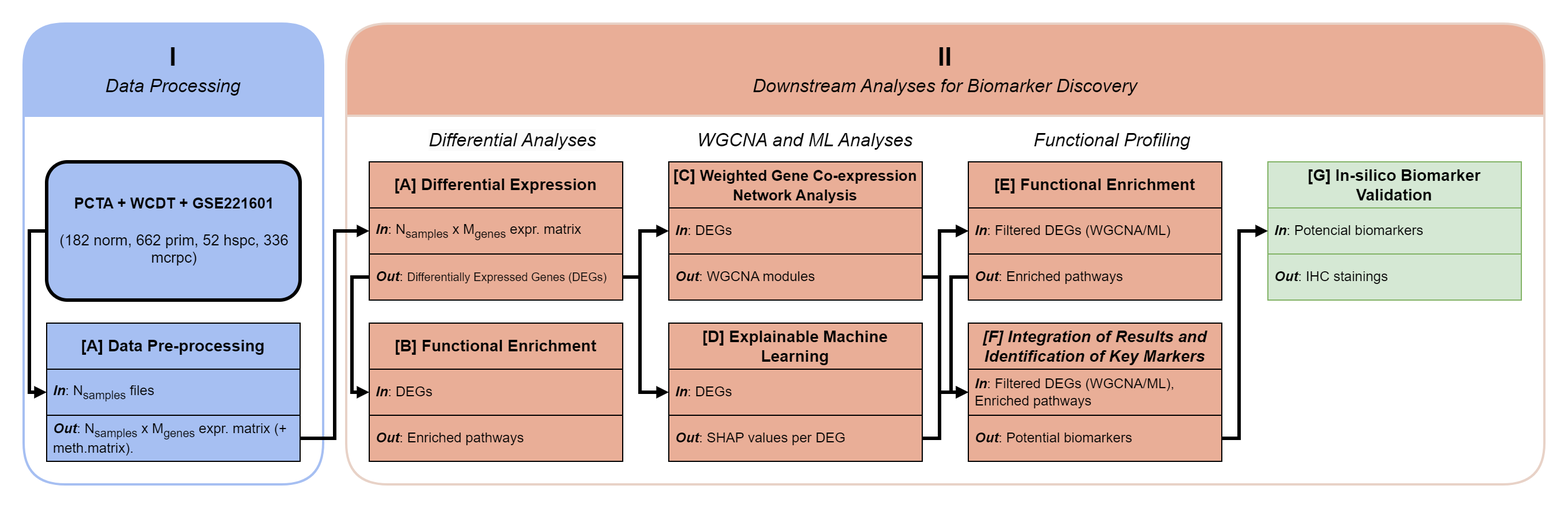
CarlosUziel/pca_wgcna_ml keeps this draw.io diagram as docs/1_workflow.png. Above is the earlier version. Source tidied: cells renumbered, new cells last; positions are measured from the earlier drawing's top-left corner, leaving out a move shared by most shapes.
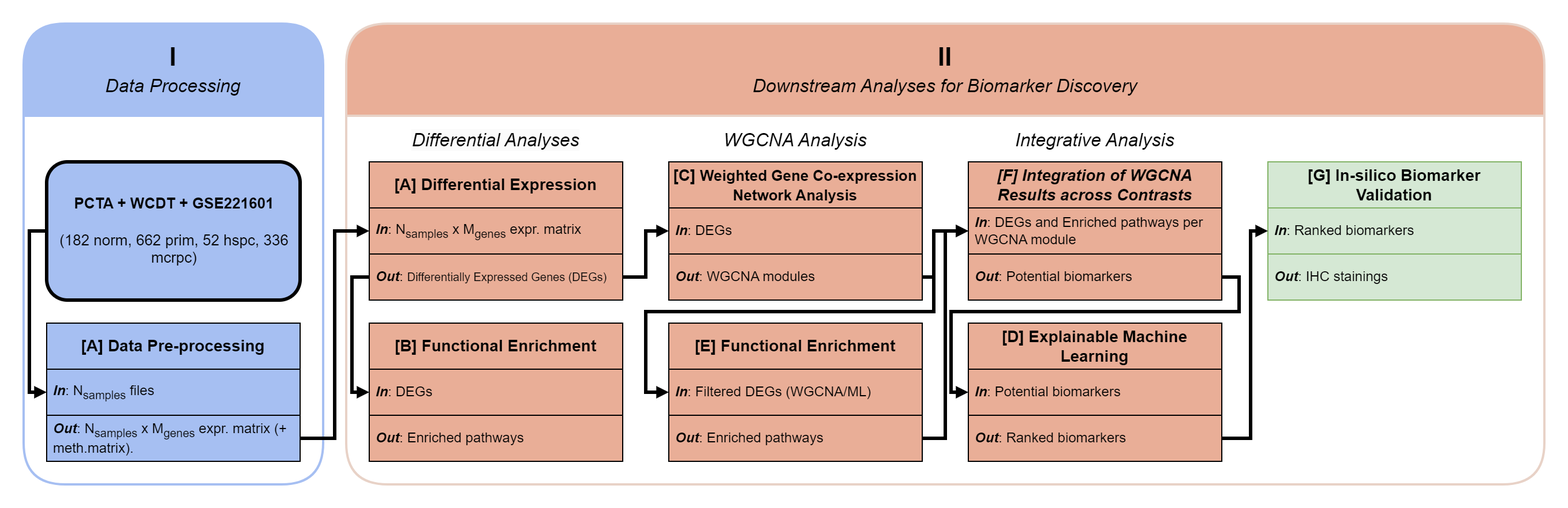
After the commit.

Commit message:
Update workflow figure.

What changed in the source:
```diff
@@ -41,14 +41,14 @@
     <mxCell id="11" value="&lt;div style=&quot;font-size: 22px;&quot;&gt;&lt;font style=&quot;font-size: 22px;&quot;&gt;II&lt;/font&gt;&lt;/div&gt;&lt;div style=&quot;font-size: 1px;&quot;&gt;&lt;font style=&quot;font-size: 1px;&quot;&gt;&lt;br&gt;&lt;/font&gt;&lt;/div&gt;&lt;div style=&quot;font-size: 16px;&quot;&gt;&lt;span style=&quot;font-weight: 400;&quot;&gt;&lt;i&gt;Downstream Analyses for Biomarker Discovery&lt;/i&gt;&lt;/span&gt;&lt;/div&gt;" style="swimlane;whiteSpace=wrap;html=1;startSize=80;rounded=1;strokeWidth=2;fillColor=#e9ae97;strokeColor=#E8D2C7;align=center;" parent="1" vertex="1">
       <mxGeometry x="300" y="20" width="1040" height="400" as="geometry" />
     </mxCell>
-    <mxCell id="12" value="&lt;div style=&quot;border-color: var(--border-color); color: rgb(0, 0, 0); font-family: Helvetica; font-style: normal; font-variant-ligatures: normal; font-variant-caps: normal; font-weight: 700; letter-spacing: normal; orphans: 2; text-align: center; text-indent: 0px; text-transform: none; widows: 2; word-spacing: 0px; -webkit-text-stroke-width: 0px; background-color: rgb(251, 251, 251); text-decoration-thickness: initial; text-decoration-style: initial; text-decoration-color: initial; font-size: 16px;&quot;&gt;&lt;i style=&quot;border-color: var(--border-color); font-weight: normal;&quot;&gt;Differential&amp;nbsp;&lt;/i&gt;&lt;i style=&quot;border-color: var(--border-color); font-weight: normal;&quot;&gt;Analyses&lt;/i&gt;&lt;/div&gt;" style="text;whiteSpace=wrap;html=1;fillColor=default;" parent="11" vertex="1">
-      <mxGeometry x="70" y="85" width="150" height="30" as="geometry" />
+    <mxCell id="12" value="&lt;div style=&quot;border-color: var(--border-color); color: rgb(0, 0, 0); font-family: Helvetica; font-style: normal; font-variant-ligatures: normal; font-variant-caps: normal; font-weight: 700; letter-spacing: normal; orphans: 2; text-indent: 0px; text-transform: none; widows: 2; word-spacing: 0px; -webkit-text-stroke-width: 0px; background-color: rgb(251, 251, 251); text-decoration-thickness: initial; text-decoration-style: initial; text-decoration-color: initial; font-size: 16px;&quot;&gt;&lt;i style=&quot;border-color: var(--border-color); font-weight: normal;&quot;&gt;Differential&amp;nbsp;&lt;/i&gt;&lt;i style=&quot;border-color: var(--border-color); font-weight: normal;&quot;&gt;Analyses&lt;/i&gt;&lt;/div&gt;" style="text;whiteSpace=wrap;html=1;fillColor=default;align=center;" parent="11" vertex="1">
+      <mxGeometry x="40" y="85" width="180" height="30" as="geometry" />
     </mxCell>
-    <mxCell id="13" value="&lt;div style=&quot;text-align: center;&quot;&gt;&lt;span style=&quot;background-color: initial; font-size: 16px;&quot;&gt;&lt;i&gt;WGCNA and ML Analyses&lt;/i&gt;&lt;/span&gt;&lt;/div&gt;" style="text;whiteSpace=wrap;html=1;fillColor=default;" parent="11" vertex="1">
-      <mxGeometry x="302.5" y="85" width="195" height="30" as="geometry" />
+    <mxCell id="13" value="&lt;div style=&quot;&quot;&gt;&lt;span style=&quot;background-color: initial; font-size: 16px;&quot;&gt;&lt;i&gt;WGCNA Analysis&lt;/i&gt;&lt;/span&gt;&lt;/div&gt;" style="text;whiteSpace=wrap;html=1;fillColor=default;align=center;" parent="11" vertex="1">
+      <mxGeometry x="300" y="85" width="180" height="30" as="geometry" />
     </mxCell>
-    <mxCell id="14" value="&lt;i style=&quot;border-color: var(--border-color); color: rgb(0, 0, 0); font-family: Helvetica; font-size: 16px; font-variant-ligatures: normal; font-variant-caps: normal; font-weight: 700; letter-spacing: normal; orphans: 2; text-align: center; text-indent: 0px; text-transform: none; widows: 2; word-spacing: 0px; -webkit-text-stroke-width: 0px; background-color: initial; text-decoration-thickness: initial; text-decoration-style: initial; text-decoration-color: initial;&quot;&gt;&lt;span style=&quot;border-color: var(--border-color); font-weight: normal;&quot;&gt;Functional Profiling&lt;/span&gt;&lt;/i&gt;" style="text;whiteSpace=wrap;html=1;fillColor=default;" parent="11" vertex="1">
-      <mxGeometry x="595" y="85" width="140" height="30" as="geometry" />
+    <mxCell id="14" value="&lt;i style=&quot;border-color: var(--border-color); color: rgb(0, 0, 0); font-family: Helvetica; font-size: 16px; font-variant-ligatures: normal; font-variant-caps: normal; font-weight: 700; letter-spacing: normal; orphans: 2; text-indent: 0px; text-transform: none; widows: 2; word-spacing: 0px; -webkit-text-stroke-width: 0px; background-color: initial; text-decoration-thickness: initial; text-decoration-style: initial; text-decoration-color: initial;&quot;&gt;&lt;span style=&quot;border-color: var(--border-color); font-weight: normal;&quot;&gt;Integrative Analysis&lt;/span&gt;&lt;/i&gt;" style="text;whiteSpace=wrap;html=1;fillColor=default;align=center;" parent="11" vertex="1">
+      <mxGeometry x="560" y="85" width="180" height="30" as="geometry" />
     </mxCell>
     <mxCell id="15" value="&lt;div style=&quot;border-color: var(--border-color); font-size: 14px;&quot;&gt;&lt;div style=&quot;border-color: var(--border-color); font-size: 12px;&quot;&gt;&lt;div style=&quot;border-color: var(--border-color); font-size: 14px;&quot;&gt;&lt;b style=&quot;border-color: var(--border-color);&quot;&gt;[A] Differential Expression&lt;/b&gt;&lt;/div&gt;&lt;/div&gt;&lt;/div&gt;" style="swimlane;fontStyle=0;horizontal=1;startSize=40;whiteSpace=wrap;html=1;fontSize=12;strokeColor=#000000;fillColor=#E9AE97;align=center;" parent="11" vertex="1">
       <mxGeometry x="20" y="120" width="220" height="120" as="geometry" />
@@ -77,17 +77,8 @@
     <mxCell id="23" value="&lt;i style=&quot;border-color: var(--border-color);&quot;&gt;&lt;b&gt;Out&lt;/b&gt;&lt;/i&gt;: WGCNA modules" style="text;strokeColor=default;fillColor=#E9AE97;align=left;verticalAlign=middle;spacingLeft=4;spacingRight=4;overflow=hidden;points=[[0,0.5],[1,0.5]];portConstraint=eastwest;whiteSpace=wrap;html=1;fontSize=12;" parent="21" vertex="1">
       <mxGeometry y="80" width="220" height="40" as="geometry" />
     </mxCell>
-    <mxCell id="24" value="&lt;div style=&quot;border-color: var(--border-color); font-size: 14px;&quot;&gt;&lt;div style=&quot;border-color: var(--border-color); font-size: 12px;&quot;&gt;&lt;div style=&quot;border-color: var(--border-color); font-size: 14px;&quot;&gt;&lt;div style=&quot;border-color: var(--border-color);&quot;&gt;&lt;span style=&quot;border-color: var(--border-color);&quot;&gt;&lt;b&gt;[D] Explainable Machine Learning&lt;br&gt;&lt;/b&gt;&lt;/span&gt;&lt;/div&gt;&lt;/div&gt;&lt;/div&gt;&lt;/div&gt;" style="swimlane;fontStyle=0;horizontal=1;startSize=40;whiteSpace=wrap;html=1;fontSize=12;strokeColor=#000000;fillColor=#E9AE97;" parent="11" vertex="1">
-      <mxGeometry x="280" y="260" width="220" height="120" as="geometry" />
-    </mxCell>
-    <mxCell id="25" value="&lt;i&gt;&lt;b&gt;In&lt;/b&gt;&lt;/i&gt;: DEGs" style="text;strokeColor=default;fillColor=#E9AE97;align=left;verticalAlign=middle;spacingLeft=4;spacingRight=4;overflow=hidden;points=[[0,0.5],[1,0.5]];portConstraint=eastwest;whiteSpace=wrap;html=1;fontSize=12;gradientColor=none;" parent="24" vertex="1">
-      <mxGeometry y="40" width="220" height="40" as="geometry" />
-    </mxCell>
-    <mxCell id="26" value="&lt;i style=&quot;border-color: var(--border-color);&quot;&gt;&lt;b&gt;Out&lt;/b&gt;&lt;/i&gt;: SHAP values per DEG" style="text;strokeColor=default;fillColor=#E9AE97;align=left;verticalAlign=middle;spacingLeft=4;spacingRight=4;overflow=hidden;points=[[0,0.5],[1,0.5]];portConstraint=eastwest;whiteSpace=wrap;html=1;fontSize=12;" parent="24" vertex="1">
-      <mxGeometry y="80" width="220" height="40" as="geometry" />
-    </mxCell>
     <mxCell id="27" value="&lt;div style=&quot;border-color: var(--border-color); font-size: 14px;&quot;&gt;&lt;div style=&quot;border-color: var(--border-color); font-size: 12px;&quot;&gt;&lt;div style=&quot;border-color: var(--border-color); font-size: 14px;&quot;&gt;&lt;b&gt;[E]&amp;nbsp;&lt;/b&gt;&lt;b style=&quot;background-color: initial; border-color: var(--border-color);&quot;&gt;Functional Enrichment&lt;/b&gt;&lt;br&gt;&lt;/div&gt;&lt;/div&gt;&lt;/div&gt;" style="swimlane;fontStyle=0;horizontal=1;startSize=40;whiteSpace=wrap;html=1;fontSize=12;strokeColor=#000000;fillColor=#E9AE97;" parent="11" vertex="1">
-      <mxGeometry x="540" y="120" width="220" height="120" as="geometry" />
+      <mxGeometry x="280" y="260" width="220" height="120" as="geometry" />
     </mxCell>
     <mxCell id="28" value="&lt;i&gt;&lt;b&gt;In&lt;/b&gt;&lt;/i&gt;: Filtered DEGs (WGCNA/ML)" style="text;strokeColor=default;fillColor=#E9AE97;align=left;verticalAlign=middle;spacingLeft=4;spacingRight=4;overflow=hidden;points=[[0,0.5],[1,0.5]];portConstraint=eastwest;whiteSpace=wrap;html=1;fontSize=12;gradientColor=none;" parent="27" vertex="1">
       <mxGeometry y="40" width="220" height="40" as="geometry" />
@@ -95,10 +86,10 @@
     <mxCell id="29" value="&lt;i style=&quot;border-color: var(--border-color);&quot;&gt;&lt;b&gt;Out&lt;/b&gt;&lt;/i&gt;: Enriched pathways" style="text;strokeColor=default;fillColor=#E9AE97;align=left;verticalAlign=middle;spacingLeft=4;spacingRight=4;overflow=hidden;points=[[0,0.5],[1,0.5]];portConstraint=eastwest;whiteSpace=wrap;html=1;fontSize=12;" parent="27" vertex="1">
       <mxGeometry y="80" width="220" height="40" as="geometry" />
     </mxCell>
-    <mxCell id="30" value="&lt;div style=&quot;border-color: var(--border-color); font-size: 14px;&quot;&gt;&lt;div style=&quot;border-color: var(--border-color); font-size: 12px;&quot;&gt;&lt;div style=&quot;border-color: var(--border-color); font-size: 14px;&quot;&gt;&lt;b&gt;&lt;i&gt;[F] Integration of Results and Identification of Key Markers&lt;/i&gt;&lt;/b&gt;&lt;/div&gt;&lt;/div&gt;&lt;/div&gt;" style="swimlane;fontStyle=0;horizontal=1;startSize=40;whiteSpace=wrap;html=1;fontSize=12;strokeColor=#000000;fillColor=#E9AE97;" parent="11" vertex="1">
-      <mxGeometry x="540" y="260" width="220" height="120" as="geometry" />
+    <mxCell id="30" value="&lt;div style=&quot;border-color: var(--border-color); font-size: 14px;&quot;&gt;&lt;div style=&quot;border-color: var(--border-color); font-size: 12px;&quot;&gt;&lt;div style=&quot;border-color: var(--border-color); font-size: 14px;&quot;&gt;&lt;b&gt;&lt;i&gt;[F] Integration of WGCNA Results across Contrasts&lt;/i&gt;&lt;/b&gt;&lt;/div&gt;&lt;/div&gt;&lt;/div&gt;" style="swimlane;fontStyle=0;horizontal=1;startSize=40;whiteSpace=wrap;html=1;fontSize=12;strokeColor=#000000;fillColor=#E9AE97;" parent="11" vertex="1">
+      <mxGeometry x="540" y="120" width="220" height="120" as="geometry" />
     </mxCell>
-    <mxCell id="31" value="&lt;i&gt;&lt;b&gt;In&lt;/b&gt;&lt;/i&gt;: Filtered DEGs (WGCNA/ML), Enriched pathways" style="text;strokeColor=#000000;fillColor=#E9AE97;align=left;verticalAlign=middle;spacingLeft=4;spacingRight=4;overflow=hidden;points=[[0,0.5],[1,0.5]];portConstraint=eastwest;whiteSpace=wrap;html=1;fontSize=12;" parent="30" vertex="1">
+    <mxCell id="31" value="&lt;i&gt;&lt;b&gt;In&lt;/b&gt;&lt;/i&gt;: DEGs and Enriched pathways per WGCNA&amp;nbsp;module" style="text;strokeColor=#000000;fillColor=#E9AE97;align=left;verticalAlign=middle;spacingLeft=4;spacingRight=4;overflow=hidden;points=[[0,0.5],[1,0.5]];portConstraint=eastwest;whiteSpace=wrap;html=1;fontSize=12;" parent="30" vertex="1">
       <mxGeometry y="40" width="220" height="40" as="geometry" />
     </mxCell>
     <mxCell id="32" value="&lt;i style=&quot;border-color: var(--border-color);&quot;&gt;&lt;b&gt;Out&lt;/b&gt;&lt;/i&gt;: Potential biomarkers" style="text;strokeColor=#000000;fillColor=#E9AE97;align=left;verticalAlign=middle;spacingLeft=4;spacingRight=4;overflow=hidden;points=[[0,0.5],[1,0.5]];portConstraint=eastwest;whiteSpace=wrap;html=1;fontSize=12;" parent="30" vertex="1">
@@ -107,7 +98,7 @@
     <mxCell id="33" value="&lt;div style=&quot;border-color: var(--border-color); font-size: 14px;&quot;&gt;&lt;div style=&quot;border-color: var(--border-color); font-size: 12px;&quot;&gt;&lt;div style=&quot;border-color: var(--border-color); font-size: 14px;&quot;&gt;&lt;b&gt;[G] In-silico Biomarker Validation&lt;/b&gt;&lt;br&gt;&lt;/div&gt;&lt;/div&gt;&lt;/div&gt;" style="swimlane;fontStyle=0;horizontal=1;startSize=40;whiteSpace=wrap;html=1;fontSize=12;strokeColor=#82b366;fillColor=#d5e8d4;" parent="11" vertex="1">
       <mxGeometry x="800" y="120" width="220" height="120" as="geometry" />
     </mxCell>
-    <mxCell id="34" value="&lt;i&gt;&lt;b&gt;In&lt;/b&gt;&lt;/i&gt;: Potencial biomarkers" style="text;strokeColor=#82b366;fillColor=#d5e8d4;align=left;verticalAlign=middle;spacingLeft=4;spacingRight=4;overflow=hidden;points=[[0,0.5],[1,0.5]];portConstraint=eastwest;whiteSpace=wrap;html=1;fontSize=12;" parent="33" vertex="1">
+    <mxCell id="34" value="&lt;i&gt;&lt;b&gt;In&lt;/b&gt;&lt;/i&gt;: Ranked biomarkers" style="text;strokeColor=#82b366;fillColor=#d5e8d4;align=left;verticalAlign=middle;spacingLeft=4;spacingRight=4;overflow=hidden;points=[[0,0.5],[1,0.5]];portConstraint=eastwest;whiteSpace=wrap;html=1;fontSize=12;" parent="33" vertex="1">
       <mxGeometry y="40" width="220" height="40" as="geometry" />
     </mxCell>
     <mxCell id="35" value="&lt;i style=&quot;border-color: var(--border-color);&quot;&gt;&lt;b&gt;Out&lt;/b&gt;&lt;/i&gt;: IHC stainings" style="text;strokeColor=#82b366;fillColor=#d5e8d4;align=left;verticalAlign=middle;spacingLeft=4;spacingRight=4;overflow=hidden;whiteSpace=wrap;html=1;fontSize=12;" parent="33" vertex="1">
@@ -124,59 +115,64 @@
     <mxCell id="37" style="edgeStyle=none;html=1;exitX=1;exitY=0.5;exitDx=0;exitDy=0;rounded=0;strokeWidth=3;strokeColor=default;jumpStyle=arc;endSize=3;startSize=3;endArrow=block;endFill=1;entryX=0;entryY=0.5;entryDx=0;entryDy=0;" parent="11" edge="1" source="17" target="22">
       <mxGeometry relative="1" as="geometry">
         <Array as="points">
-          <mxPoint x="255" y="220" />
-          <mxPoint x="255" y="180" />
+          <mxPoint x="260" y="220" />
+          <mxPoint x="260" y="180" />
         </Array>
       </mxGeometry>
     </mxCell>
-    <mxCell id="38" style="edgeStyle=none;html=1;exitX=1;exitY=0.5;exitDx=0;exitDy=0;rounded=0;strokeWidth=3;strokeColor=default;jumpStyle=arc;endSize=3;startSize=3;endArrow=block;endFill=1;entryX=0;entryY=0.5;entryDx=0;entryDy=0;" parent="11" edge="1" source="17" target="25">
-      <mxGeometry relative="1" as="geometry">
-        <Array as="points">
-          <mxPoint x="255" y="220" />
-          <mxPoint x="255" y="320" />
-        </Array>
-      </mxGeometry>
-    </mxCell>
     <mxCell id="39" style="edgeStyle=none;html=1;exitX=1;exitY=0.5;exitDx=0;exitDy=0;rounded=0;strokeWidth=3;strokeColor=default;jumpStyle=arc;endSize=3;startSize=3;endArrow=block;endFill=1;entryX=0;entryY=0.5;entryDx=0;entryDy=0;" parent="11" edge="1" source="23" target="28">
       <mxGeometry relative="1" as="geometry">
         <Array as="points">
-          <mxPoint x="515" y="220" />
-          <mxPoint x="515" y="180" />
+          <mxPoint x="510" y="220" />
+          <mxPoint x="510" y="250" />
+          <mxPoint x="260" y="250" />
+          <mxPoint x="260" y="320" />
         </Array>
       </mxGeometry>
     </mxCell>
-    <mxCell id="40" style="edgeStyle=none;html=1;exitX=1;exitY=0.5;exitDx=0;exitDy=0;rounded=0;strokeWidth=3;strokeColor=default;jumpStyle=arc;endSize=3;startSize=3;endArrow=block;endFill=1;entryX=0;entryY=0.5;entryDx=0;entryDy=0;" parent="11" edge="1" source="26" target="28">
-      <mxGeometry relative="1" as="geometry">
-        <Array as="points">
-          <mxPoint x="515" y="360" />
-          <mxPoint x="515" y="180" />
-        </Array>
-      </mxGeometry>
-    </mxCell>
-    <mxCell id="41" style="edgeStyle=none;html=1;exitX=0;exitY=0.5;exitDx=0;exitDy=0;rounded=0;strokeWidth=3;strokeColor=default;jumpStyle=arc;endSize=3;startSize=3;endArrow=block;endFill=1;entryX=0;entryY=0.5;entryDx=0;entryDy=0;" parent="11" edge="1" source="29" target="31">
-      <mxGeometry relative="1" as="geometry">
-        <Array as="points">
-          <mxPoint x="525" y="220" />
-          <mxPoint x="525" y="320" />
-        </Array>
-      </mxGeometry>
-    </mxCell>
-    <mxCell id="42" style="edgeStyle=none;html=1;exitX=1;exitY=0.5;exitDx=0;exitDy=0;rounded=0;strokeWidth=3;strokeColor=default;jumpStyle=arc;endSize=3;startSize=3;endArrow=block;endFill=1;entryX=0;entryY=0.5;entryDx=0;entryDy=0;" parent="11" edge="1" source="26" target="31">
-      <mxGeometry relative="1" as="geometry">
-        <Array as="points">
-          <mxPoint x="515" y="360" />
-          <mxPoint x="515" y="320" />
-        </Array>
-      </mxGeometry>
-    </mxCell>
-    <mxCell id="43" style="edgeStyle=none;html=1;exitX=1;exitY=0.5;exitDx=0;exitDy=0;rounded=0;strokeWidth=3;strokeColor=default;jumpStyle=arc;endSize=3;startSize=3;endArrow=block;endFill=1;entryX=0;entryY=0.5;entryDx=0;entryDy=0;" parent="11" edge="1" source="32" target="34">
+    <mxCell id="43" style="edgeStyle=none;html=1;exitX=1;exitY=0.5;exitDx=0;exitDy=0;rounded=0;strokeWidth=3;strokeColor=default;jumpStyle=arc;endSize=3;startSize=3;endArrow=block;endFill=1;entryX=0;entryY=0.5;entryDx=0;entryDy=0;" parent="11" edge="1" source="32" target="24">
       <mxGeometry relative="1" as="geometry">
         <Array as="points">
-          <mxPoint x="775" y="360" />
-          <mxPoint x="775" y="180" />
+          <mxPoint x="775" y="220" />
+          <mxPoint x="775" y="250" />
+          <mxPoint x="525" y="250" />
+          <mxPoint x="525" y="320" />
         </Array>
       </mxGeometry>
     </mxCell>
+    <mxCell id="24" value="&lt;div style=&quot;border-color: var(--border-color); font-size: 14px;&quot;&gt;&lt;div style=&quot;border-color: var(--border-color); font-size: 12px;&quot;&gt;&lt;div style=&quot;border-color: var(--border-color); font-size: 14px;&quot;&gt;&lt;div style=&quot;border-color: var(--border-color);&quot;&gt;&lt;span style=&quot;border-color: var(--border-color);&quot;&gt;&lt;b&gt;[D] Explainable Machine Learning&lt;br&gt;&lt;/b&gt;&lt;/span&gt;&lt;/div&gt;&lt;/div&gt;&lt;/div&gt;&lt;/div&gt;" style="swimlane;fontStyle=0;horizontal=1;startSize=40;whiteSpace=wrap;html=1;fontSize=12;strokeColor=#000000;fillColor=#E9AE97;" parent="11" vertex="1">
+      <mxGeometry x="540" y="260" width="220" height="120" as="geometry" />
+    </mxCell>
+    <mxCell id="25" value="&lt;i&gt;&lt;b&gt;In&lt;/b&gt;&lt;/i&gt;: Potential biomarkers" style="text;strokeColor=default;fillColor=#E9AE97;align=left;verticalAlign=middle;spacingLeft=4;spacingRight=4;overflow=hidden;points=[[0,0.5],[1,0.5]];portConstraint=eastwest;whiteSpace=wrap;html=1;fontSize=12;gradientColor=none;" parent="24" vertex="1">
+      <mxGeometry y="40" width="220" height="40" as="geometry" />
+    </mxCell>
+    <mxCell id="26" value="&lt;i style=&quot;border-color: var(--border-color);&quot;&gt;&lt;b&gt;Out&lt;/b&gt;&lt;/i&gt;: Ranked biomarkers" style="text;strokeColor=default;fillColor=#E9AE97;align=left;verticalAlign=middle;spacingLeft=4;spacingRight=4;overflow=hidden;points=[[0,0.5],[1,0.5]];portConstraint=eastwest;whiteSpace=wrap;html=1;fontSize=12;" parent="24" vertex="1">
+      <mxGeometry y="80" width="220" height="40" as="geometry" />
+    </mxCell>
+    <mxCell id="45" style="edgeStyle=none;html=1;exitX=1;exitY=0.5;exitDx=0;exitDy=0;rounded=0;strokeWidth=3;strokeColor=default;jumpStyle=arc;endSize=3;startSize=3;endArrow=block;endFill=1;entryX=0;entryY=0.5;entryDx=0;entryDy=0;" parent="11" edge="1" source="23" target="31">
+      <mxGeometry relative="1" as="geometry">
+        <Array as="points">
+          <mxPoint x="510" y="220" />
+          <mxPoint x="510" y="180" />
+        </Array>
+      </mxGeometry>
+    </mxCell>
+    <mxCell id="46" style="edgeStyle=none;html=1;exitX=1;exitY=0.5;exitDx=0;exitDy=0;rounded=0;strokeWidth=3;strokeColor=default;jumpStyle=arc;endSize=3;startSize=3;endArrow=block;endFill=1;entryX=0;entryY=0.5;entryDx=0;entryDy=0;" parent="11" edge="1" source="29" target="30">
+      <mxGeometry relative="1" as="geometry">
+        <Array as="points">
+          <mxPoint x="520" y="360" />
+          <mxPoint x="520" y="180" />
+        </Array>
+      </mxGeometry>
+    </mxCell>
+    <mxCell id="47" style="edgeStyle=none;html=1;exitX=1;exitY=0.5;exitDx=0;exitDy=0;rounded=0;strokeWidth=3;strokeColor=default;jumpStyle=arc;endSize=3;startSize=3;endArrow=block;endFill=1;entryX=0;entryY=0.5;entryDx=0;entryDy=0;" parent="11" edge="1" source="26" target="34">
+      <mxGeometry relative="1" as="geometry">
+        <Array as="points">
+          <mxPoint x="785" y="360" />
+          <mxPoint x="785" y="180" />
+        </Array>
+      </mxGeometry>
+    </mxCell>
     <mxCell id="44" style="edgeStyle=none;html=1;exitX=1;exitY=0.5;exitDx=0;exitDy=0;rounded=0;strokeWidth=3;strokeColor=default;jumpStyle=arc;endSize=3;startSize=3;endArrow=block;endFill=1;entryX=0;entryY=0.5;entryDx=0;entryDy=0;" parent="1" edge="1" source="8" target="16">
       <mxGeometry relative="1" as="geometry">
         <Array as="points">
```
